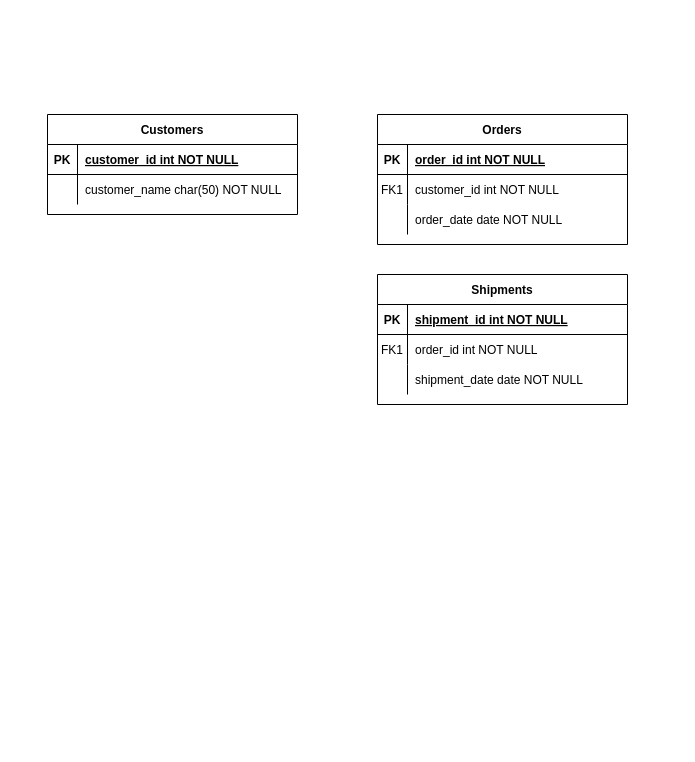
Before: Diagrama sin título.drawio in cnievaslozano/crm-myproject, a draw.io diagram. Source tidied: cells renumbered, new cells numbered last; positions are measured from the earlier drawing's top-left corner, leaving out a move shared by most shapes. Both pictures are drawn from the tidied source at 100%, with x=0, y=0 at pixel (47, 114).
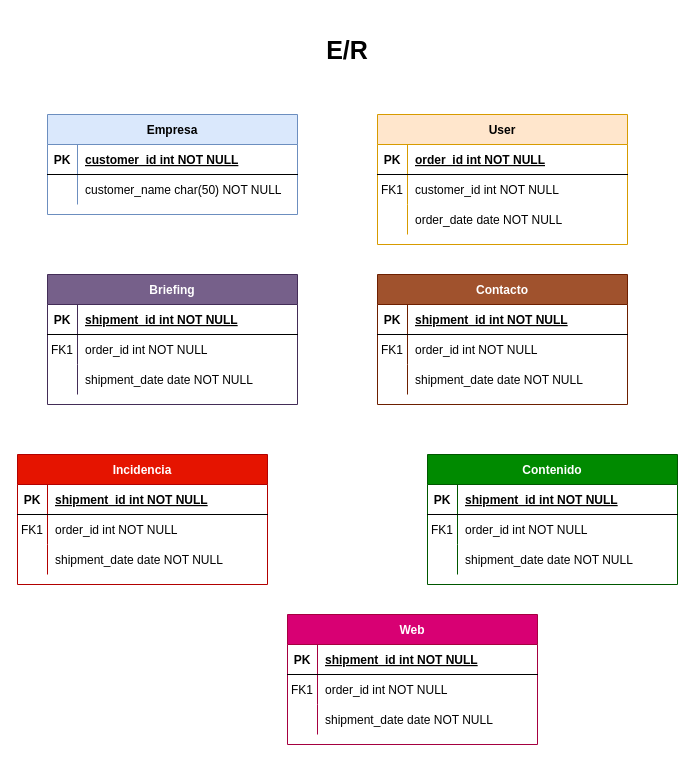
The same page after the edit.

Change to the diagram source:
```diff
@@
-    <mxCell id="2" value="Orders" style="shape=table;startSize=30;childLayout=tableLayout;rowLines=0;fontStyle=1;align=center;" parent="1" vertex="1">
+    <mxCell id="2" value="User" style="shape=table;startSize=30;childLayout=tableLayout;rowLines=0;fontStyle=1;align=center;fillColor=#ffe6cc;strokeColor=#d79b00;" parent="1" vertex="1">
       <mxGeometry x="330" width="250" height="130" as="geometry" />
     </mxCell>
@@
-    <mxCell id="12" value="Shipments" style="shape=table;startSize=30;childLayout=tableLayout;rowLines=0;fontStyle=1;align=center;" parent="1" vertex="1">
+    <mxCell id="12" value="Contacto" style="shape=table;startSize=30;childLayout=tableLayout;rowLines=0;fontStyle=1;align=center;fillColor=#a0522d;fontColor=#ffffff;strokeColor=#6D1F00;" parent="1" vertex="1">
       <mxGeometry x="330" y="160" width="250" height="130" as="geometry" />
     </mxCell>
@@
-    <mxCell id="22" value="Customers" style="shape=table;startSize=30;childLayout=tableLayout;rowLines=0;fontStyle=1;align=center;" parent="1" vertex="1">
+    <mxCell id="22" value="Empresa" style="shape=table;startSize=30;childLayout=tableLayout;rowLines=0;fontStyle=1;align=center;fillColor=#dae8fc;strokeColor=#6c8ebf;" parent="1" vertex="1">
       <mxGeometry width="250" height="100" as="geometry" />
     </mxCell>
@@
+    <mxCell id="29" value="&lt;h1 style=&quot;font-size: 25px;&quot;&gt;E/R&lt;/h1&gt;" style="text;html=1;strokeColor=none;fillColor=none;align=center;verticalAlign=middle;whiteSpace=wrap;rounded=0;" parent="1" vertex="1">
+      <mxGeometry x="250" y="-80" width="100" height="30" as="geometry" />
+    </mxCell>
+    <mxCell id="30" value="Briefing" style="shape=table;startSize=30;childLayout=tableLayout;rowLines=0;fontStyle=1;align=center;fillColor=#76608a;fontColor=#ffffff;strokeColor=#432D57;" parent="1" vertex="1">
+      <mxGeometry y="160" width="250" height="130" as="geometry" />
+    </mxCell>
+    <mxCell id="31" style="shape=partialRectangle;fillColor=none;top=0;left=0;right=0;bottom=1;" parent="30" vertex="1">
+      <mxGeometry y="30" width="250" height="30" as="geometry" />
+    </mxCell>
+    <mxCell id="32" value="PK" style="shape=partialRectangle;overflow=hidden;fillColor=none;top=0;left=0;bottom=0;right=0;fontStyle=1;" parent="31" vertex="1">
+      <mxGeometry width="30" height="30" as="geometry" />
+    </mxCell>
+    <mxCell id="33" value="shipment_id int NOT NULL " style="shape=partialRectangle;overflow=hidden;fillColor=none;top=0;left=0;bottom=0;right=0;align=left;spacingLeft=6;fontStyle=5;" parent="31" vertex="1">
+      <mxGeometry x="30" width="220" height="30" as="geometry" />
+    </mxCell>
+    <mxCell id="34" style="shape=partialRectangle;fillColor=none;top=0;left=0;right=0;bottom=0;" parent="30" vertex="1">
+      <mxGeometry y="60" width="250" height="30" as="geometry" />
+    </mxCell>
+    <mxCell id="35" value="FK1" style="shape=partialRectangle;overflow=hidden;fillColor=none;top=0;left=0;bottom=0;right=0;" parent="34" vertex="1">
+      <mxGeometry width="30" height="30" as="geometry" />
+    </mxCell>
+    <mxCell id="36" value="order_id int NOT NULL" style="shape=partialRectangle;overflow=hidden;fillColor=none;top=0;left=0;bottom=0;right=0;align=left;spacingLeft=6;" parent="34" vertex="1">
+      <mxGeometry x="30" width="220" height="30" as="geometry" />
+    </mxCell>
+    <mxCell id="37" style="shape=partialRectangle;fillColor=none;top=0;left=0;right=0;bottom=0;" parent="30" vertex="1">
+      <mxGeometry y="90" width="250" height="30" as="geometry" />
+    </mxCell>
+    <mxCell id="38" style="shape=partialRectangle;overflow=hidden;fillColor=none;top=0;left=0;bottom=0;right=0;" parent="37" vertex="1">
+      <mxGeometry width="30" height="30" as="geometry" />
+    </mxCell>
+    <mxCell id="39" value="shipment_date date NOT NULL" style="shape=partialRectangle;overflow=hidden;fillColor=none;top=0;left=0;bottom=0;right=0;align=left;spacingLeft=6;" parent="37" vertex="1">
+      <mxGeometry x="30" width="220" height="30" as="geometry" />
+    </mxCell>
+    <mxCell id="40" value="Contenido" style="shape=table;startSize=30;childLayout=tableLayout;rowLines=0;fontStyle=1;align=center;fillColor=#008a00;fontColor=#ffffff;strokeColor=#005700;" parent="1" vertex="1">
+      <mxGeometry x="380" y="340" width="250" height="130" as="geometry" />
+    </mxCell>
+    <mxCell id="41" style="shape=partialRectangle;fillColor=none;top=0;left=0;right=0;bottom=1;" parent="40" vertex="1">
+      <mxGeometry y="30" width="250" height="30" as="geometry" />
+    </mxCell>
+    <mxCell id="42" value="PK" style="shape=partialRectangle;overflow=hidden;fillColor=none;top=0;left=0;bottom=0;right=0;fontStyle=1;" parent="41" vertex="1">
+      <mxGeometry width="30" height="30" as="geometry" />
+    </mxCell>
+    <mxCell id="43" value="shipment_id int NOT NULL " style="shape=partialRectangle;overflow=hidden;fillColor=none;top=0;left=0;bottom=0;right=0;align=left;spacingLeft=6;fontStyle=5;" parent="41" vertex="1">
+      <mxGeometry x="30" width="220" height="30" as="geometry" />
+    </mxCell>
+    <mxCell id="44" style="shape=partialRectangle;fillColor=none;top=0;left=0;right=0;bottom=0;" parent="40" vertex="1">
+      <mxGeometry y="60" width="250" height="30" as="geometry" />
+    </mxCell>
+    <mxCell id="45" value="FK1" style="shape=partialRectangle;overflow=hidden;fillColor=none;top=0;left=0;bottom=0;right=0;" parent="44" vertex="1">
+      <mxGeometry width="30" height="30" as="geometry" />
+    </mxCell>
+    <mxCell id="46" value="order_id int NOT NULL" style="shape=partialRectangle;overflow=hidden;fillColor=none;top=0;left=0;bottom=0;right=0;align=left;spacingLeft=6;" parent="44" vertex="1">
+      <mxGeometry x="30" width="220" height="30" as="geometry" />
+    </mxCell>
+    <mxCell id="47" style="shape=partialRectangle;fillColor=none;top=0;left=0;right=0;bottom=0;" parent="40" vertex="1">
+      <mxGeometry y="90" width="250" height="30" as="geometry" />
+    </mxCell>
+    <mxCell id="48" style="shape=partialRectangle;overflow=hidden;fillColor=none;top=0;left=0;bottom=0;right=0;" parent="47" vertex="1">
+      <mxGeometry width="30" height="30" as="geometry" />
+    </mxCell>
+    <mxCell id="49" value="shipment_date date NOT NULL" style="shape=partialRectangle;overflow=hidden;fillColor=none;top=0;left=0;bottom=0;right=0;align=left;spacingLeft=6;" parent="47" vertex="1">
+      <mxGeometry x="30" width="220" height="30" as="geometry" />
+    </mxCell>
+    <mxCell id="50" value="Incidencia" style="shape=table;startSize=30;childLayout=tableLayout;rowLines=0;fontStyle=1;align=center;fillColor=#e51400;fontColor=#ffffff;strokeColor=#B20000;" parent="1" vertex="1">
+      <mxGeometry x="-30" y="340" width="250" height="130" as="geometry" />
+    </mxCell>
+    <mxCell id="51" style="shape=partialRectangle;fillColor=none;top=0;left=0;right=0;bottom=1;" parent="50" vertex="1">
+      <mxGeometry y="30" width="250" height="30" as="geometry" />
+    </mxCell>
+    <mxCell id="52" value="PK" style="shape=partialRectangle;overflow=hidden;fillColor=none;top=0;left=0;bottom=0;right=0;fontStyle=1;" parent="51" vertex="1">
+      <mxGeometry width="30" height="30" as="geometry" />
+    </mxCell>
+    <mxCell id="53" value="shipment_id int NOT NULL " style="shape=partialRectangle;overflow=hidden;fillColor=none;top=0;left=0;bottom=0;right=0;align=left;spacingLeft=6;fontStyle=5;" parent="51" vertex="1">
+      <mxGeometry x="30" width="220" height="30" as="geometry" />
+    </mxCell>
+    <mxCell id="54" style="shape=partialRectangle;fillColor=none;top=0;left=0;right=0;bottom=0;" parent="50" vertex="1">
+      <mxGeometry y="60" width="250" height="30" as="geometry" />
+    </mxCell>
+    <mxCell id="55" value="FK1" style="shape=partialRectangle;overflow=hidden;fillColor=none;top=0;left=0;bottom=0;right=0;" parent="54" vertex="1">
+      <mxGeometry width="30" height="30" as="geometry" />
+    </mxCell>
+    <mxCell id="56" value="order_id int NOT NULL" style="shape=partialRectangle;overflow=hidden;fillColor=none;top=0;left=0;bottom=0;right=0;align=left;spacingLeft=6;" parent="54" vertex="1">
+      <mxGeometry x="30" width="220" height="30" as="geometry" />
+    </mxCell>
+    <mxCell id="57" style="shape=partialRectangle;fillColor=none;top=0;left=0;right=0;bottom=0;" parent="50" vertex="1">
+      <mxGeometry y="90" width="250" height="30" as="geometry" />
+    </mxCell>
+    <mxCell id="58" style="shape=partialRectangle;overflow=hidden;fillColor=none;top=0;left=0;bottom=0;right=0;" parent="57" vertex="1">
+      <mxGeometry width="30" height="30" as="geometry" />
+    </mxCell>
+    <mxCell id="59" value="shipment_date date NOT NULL" style="shape=partialRectangle;overflow=hidden;fillColor=none;top=0;left=0;bottom=0;right=0;align=left;spacingLeft=6;" parent="57" vertex="1">
+      <mxGeometry x="30" width="220" height="30" as="geometry" />
+    </mxCell>
+    <mxCell id="60" value="Web" style="shape=table;startSize=30;childLayout=tableLayout;rowLines=0;fontStyle=1;align=center;fillColor=#d80073;strokeColor=#A50040;fontColor=#ffffff;" parent="1" vertex="1">
+      <mxGeometry x="240" y="500" width="250" height="130" as="geometry" />
+    </mxCell>
+    <mxCell id="61" style="shape=partialRectangle;fillColor=none;top=0;left=0;right=0;bottom=1;" parent="60" vertex="1">
+      <mxGeometry y="30" width="250" height="30" as="geometry" />
+    </mxCell>
+    <mxCell id="62" value="PK" style="shape=partialRectangle;overflow=hidden;fillColor=none;top=0;left=0;bottom=0;right=0;fontStyle=1;" parent="61" vertex="1">
+      <mxGeometry width="30" height="30" as="geometry" />
+    </mxCell>
+    <mxCell id="63" value="shipment_id int NOT NULL " style="shape=partialRectangle;overflow=hidden;fillColor=none;top=0;left=0;bottom=0;right=0;align=left;spacingLeft=6;fontStyle=5;" parent="61" vertex="1">
+      <mxGeometry x="30" width="220" height="30" as="geometry" />
+    </mxCell>
+    <mxCell id="64" style="shape=partialRectangle;fillColor=none;top=0;left=0;right=0;bottom=0;" parent="60" vertex="1">
+      <mxGeometry y="60" width="250" height="30" as="geometry" />
+    </mxCell>
+    <mxCell id="65" value="FK1" style="shape=partialRectangle;overflow=hidden;fillColor=none;top=0;left=0;bottom=0;right=0;" parent="64" vertex="1">
+      <mxGeometry width="30" height="30" as="geometry" />
+    </mxCell>
+    <mxCell id="66" value="order_id int NOT NULL" style="shape=partialRectangle;overflow=hidden;fillColor=none;top=0;left=0;bottom=0;right=0;align=left;spacingLeft=6;" parent="64" vertex="1">
+      <mxGeometry x="30" width="220" height="30" as="geometry" />
+    </mxCell>
+    <mxCell id="67" style="shape=partialRectangle;fillColor=none;top=0;left=0;right=0;bottom=0;" parent="60" vertex="1">
+      <mxGeometry y="90" width="250" height="30" as="geometry" />
+    </mxCell>
+    <mxCell id="68" style="shape=partialRectangle;overflow=hidden;fillColor=none;top=0;left=0;bottom=0;right=0;" parent="67" vertex="1">
+      <mxGeometry width="30" height="30" as="geometry" />
+    </mxCell>
+    <mxCell id="69" value="shipment_date date NOT NULL" style="shape=partialRectangle;overflow=hidden;fillColor=none;top=0;left=0;bottom=0;right=0;align=left;spacingLeft=6;" parent="67" vertex="1">
+      <mxGeometry x="30" width="220" height="30" as="geometry" />
+    </mxCell>
```
